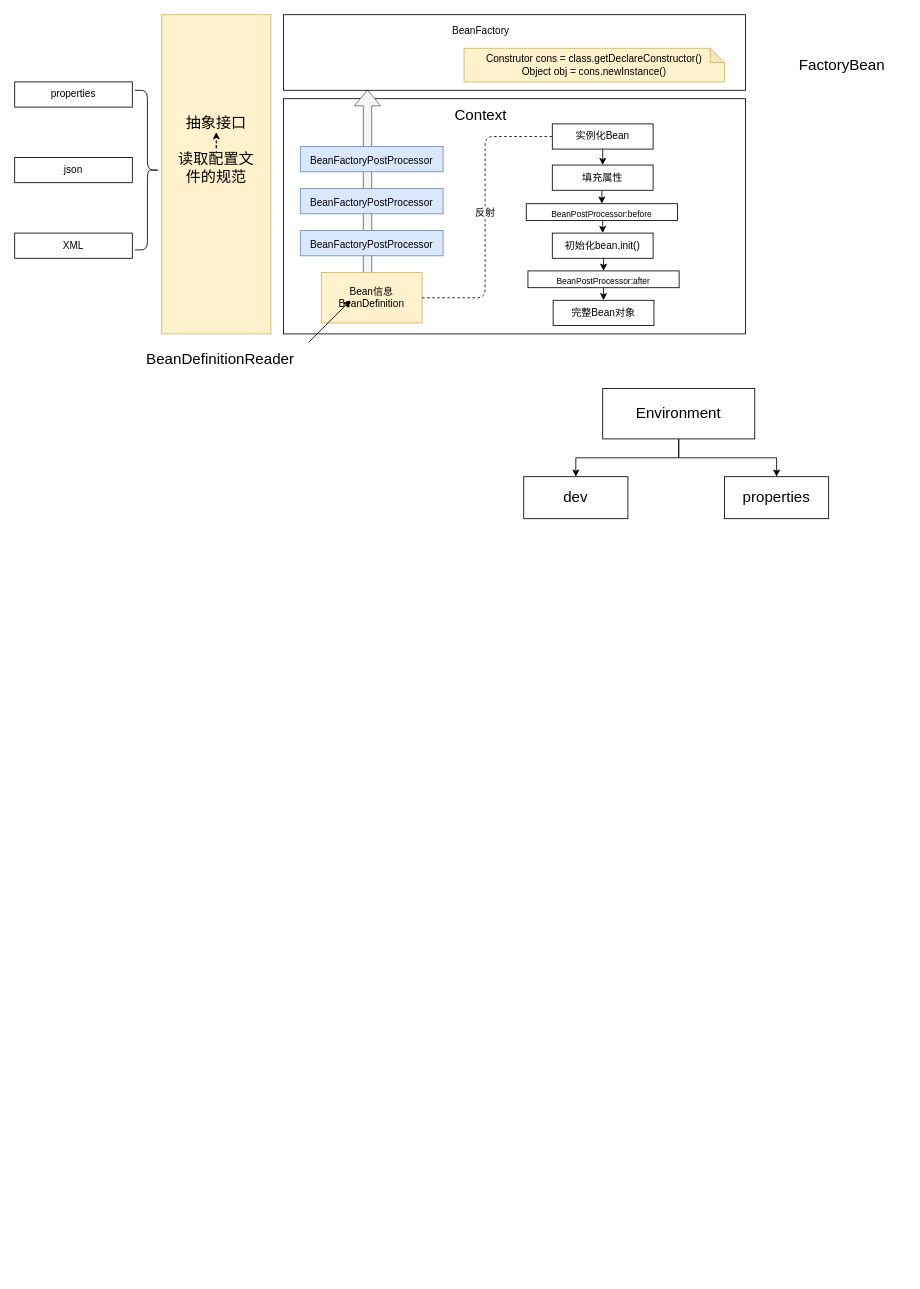
Above: Untitled Diagram.drawio in DramaChen/process_diagram (draw.io), before the change. Source tidied: cells renumbered, new cells numbered last; positions are measured from the earlier drawing's top-left corner, leaving out a move shared by most shapes. Both pictures are drawn from the tidied source at 84%, with x=0, y=0 at pixel (14, 14).
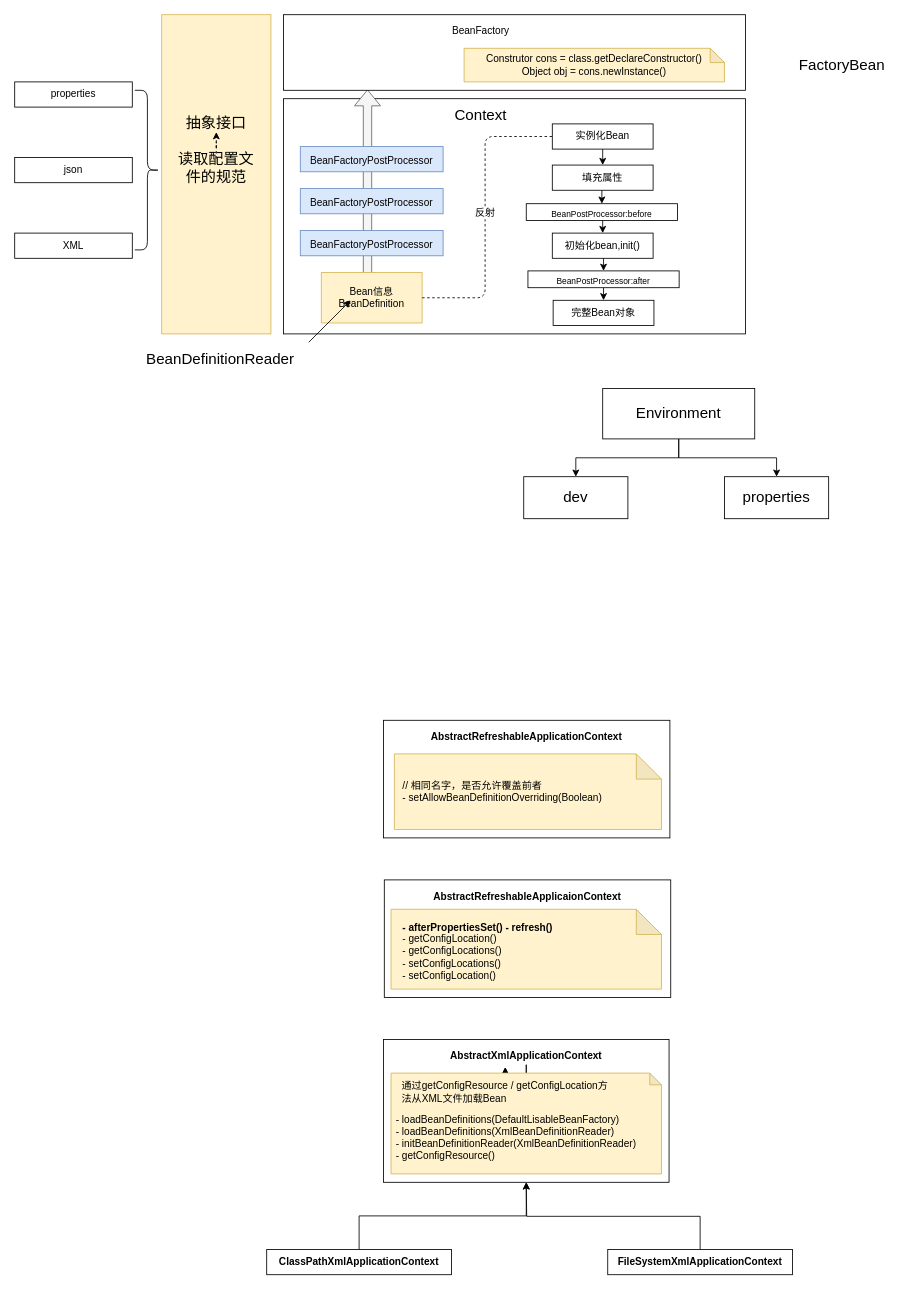
The same diagram, later.

Diff of the diagram source:
```diff
@@
+    <mxCell id="44" style="edgeStyle=orthogonalEdgeStyle;rounded=0;jettySize=auto;html=1;exitX=0.5;exitY=0;exitDx=0;exitDy=0;entryX=0.5;entryY=1;entryDx=0;entryDy=0;" parent="1" edge="1" source="45" target="49">
+      <mxGeometry relative="1" as="geometry" />
+    </mxCell>
+    <mxCell id="45" value="&lt;b&gt;ClassPathXmlApplicationContext&lt;/b&gt;" style="rounded=0;whiteSpace=wrap;html=1;" parent="1" vertex="1">
+      <mxGeometry x="300" y="1470" width="220" height="30" as="geometry" />
+    </mxCell>
+    <mxCell id="46" style="edgeStyle=orthogonalEdgeStyle;rounded=0;jettySize=auto;html=1;exitX=0.5;exitY=0;exitDx=0;exitDy=0;" parent="1" edge="1" source="47">
+      <mxGeometry relative="1" as="geometry">
+        <mxPoint x="609" y="1390" as="targetPoint" />
+      </mxGeometry>
+    </mxCell>
+    <mxCell id="47" value="&lt;b&gt;FileSystemXmlApplicationContext&lt;/b&gt;" style="rounded=0;whiteSpace=wrap;html=1;" parent="1" vertex="1">
+      <mxGeometry x="706" y="1470" width="220" height="30" as="geometry" />
+    </mxCell>
+    <mxCell id="48" style="group;" parent="1" vertex="1">
+      <mxGeometry x="439" y="1220" width="340" height="170" as="geometry" />
+    </mxCell>
+    <mxCell id="49" style="rounded=0;whiteSpace=wrap;html=1;" parent="48" vertex="1">
+      <mxGeometry width="340" height="170" as="geometry" />
+    </mxCell>
+    <mxCell id="50" style="edgeStyle=orthogonalEdgeStyle;rounded=0;jettySize=auto;html=1;" parent="48" edge="1" source="52" target="54">
+      <mxGeometry relative="1" as="geometry" />
+    </mxCell>
+    <mxCell id="51" style="edgeStyle=orthogonalEdgeStyle;rounded=0;jettySize=auto;html=1;" parent="48" edge="1" source="52" target="54">
+      <mxGeometry relative="1" as="geometry" />
+    </mxCell>
+    <mxCell id="52" value="&lt;b&gt;AbstractXmlApplicationContext&lt;/b&gt;" style="text;html=1;strokeColor=none;fillColor=none;align=center;verticalAlign=middle;whiteSpace=wrap;rounded=0;" parent="48" vertex="1">
+      <mxGeometry x="80" y="10" width="180" height="20" as="geometry" />
+    </mxCell>
+    <mxCell id="53" style="shape=note;whiteSpace=wrap;html=1;backgroundOutline=1;darkOpacity=0.05;size=14;fillColor=#fff2cc;strokeColor=#d6b656;" parent="48" vertex="1">
+      <mxGeometry x="9" y="40" width="322" height="120" as="geometry" />
+    </mxCell>
+    <mxCell id="54" value="通过getConfigResource / getConfigLocation方法从XML文件加载Bean" style="text;html=1;strokeColor=none;fillColor=none;align=left;verticalAlign=middle;whiteSpace=wrap;rounded=0;" parent="48" vertex="1">
+      <mxGeometry x="20" y="33" width="250" height="60" as="geometry" />
+    </mxCell>
+    <mxCell id="55" value="- loadBeanDefinitions(DefaultLisableBeanFactory)&lt;br&gt;&lt;div&gt;&lt;span&gt;- loadBeanDefinitions(XmlBeanDefinitionReader)&lt;/span&gt;&lt;/div&gt;&lt;div&gt;&lt;span&gt;- initBeanDefinitionReader(XmlBeanDefinitionReader)&lt;/span&gt;&lt;/div&gt;&lt;div&gt;&lt;span&gt;- getConfigResource()&lt;/span&gt;&lt;/div&gt;" style="text;html=1;strokeColor=none;fillColor=none;align=left;verticalAlign=middle;whiteSpace=wrap;rounded=0;" parent="48" vertex="1">
+      <mxGeometry x="13" y="67" width="307" height="100" as="geometry" />
+    </mxCell>
+    <mxCell id="56" style="group;" parent="1" vertex="1">
+      <mxGeometry x="440" y="1030" width="341" height="140" as="geometry" />
+    </mxCell>
+    <mxCell id="57" style="rounded=0;whiteSpace=wrap;html=1;align=left;" parent="56" vertex="1">
+      <mxGeometry width="341" height="140" as="geometry" />
+    </mxCell>
+    <mxCell id="58" value="AbstractRefreshableApplicaionContext" style="text;html=1;strokeColor=none;fillColor=none;align=center;verticalAlign=middle;whiteSpace=wrap;rounded=0;fontStyle=1;" parent="56" vertex="1">
+      <mxGeometry x="70" y="10" width="201" height="20" as="geometry" />
+    </mxCell>
+    <mxCell id="59" style="shape=note;whiteSpace=wrap;html=1;backgroundOutline=1;darkOpacity=0.05;align=left;fillColor=#fff2cc;strokeColor=#d6b656;" parent="56" vertex="1">
+      <mxGeometry x="8" y="35" width="322" height="95" as="geometry" />
+    </mxCell>
+    <mxCell id="60" value="&lt;b&gt;- afterPropertiesSet() - refresh()&lt;/b&gt;&lt;br&gt;- getConfigLocation()&lt;br&gt;- getConfigLocations()&lt;br&gt;- setConfigLocations()&lt;br&gt;- setConfigLocation()" style="text;html=1;strokeColor=none;fillColor=none;align=left;verticalAlign=middle;whiteSpace=wrap;rounded=0;" parent="56" vertex="1">
+      <mxGeometry x="20" y="45" width="240" height="80" as="geometry" />
+    </mxCell>
+    <mxCell id="61" style="rounded=0;whiteSpace=wrap;html=1;align=left;" parent="1" vertex="1">
+      <mxGeometry x="439" y="840" width="341" height="140" as="geometry" />
+    </mxCell>
+    <mxCell id="62" value="AbstractRefreshableApplicationContext" style="text;html=1;strokeColor=none;fillColor=none;align=center;verticalAlign=middle;whiteSpace=wrap;rounded=0;fontStyle=1;" parent="1" vertex="1">
+      <mxGeometry x="499.5" y="850" width="219" height="20" as="geometry" />
+    </mxCell>
+    <mxCell id="63" style="shape=note;whiteSpace=wrap;html=1;backgroundOutline=1;darkOpacity=0.05;align=left;fillColor=#fff2cc;strokeColor=#d6b656;" parent="1" vertex="1">
+      <mxGeometry x="452" y="880" width="318" height="90" as="geometry" />
+    </mxCell>
+    <mxCell id="64" value="// 相同名字，是否允许覆盖前者&lt;br&gt;- setAllowBeanDefinitionOverriding(Boolean)&lt;br&gt;" style="text;html=1;strokeColor=none;fillColor=none;align=left;verticalAlign=middle;whiteSpace=wrap;rounded=0;" parent="1" vertex="1">
+      <mxGeometry x="460" y="890" width="290" height="70" as="geometry" />
+    </mxCell>
```
